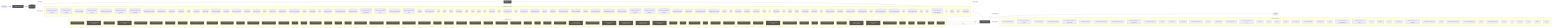
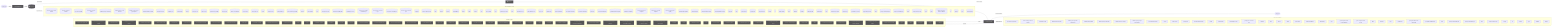
flowchart LR
  UserQ(["👤 User Query"])
  Embed["📐 Embedding Model"]
  VecDB[("📚 Vector Store")]
  Retriever["🔍 Retriever"]
  LLMNode["🧠 LLM / Generator"]
  Output(["✅ Response"])
  UserQ -->|query| Embed
  Embed -->|vector| VecDB
  VecDB -->|top-k chunks| Retriever
  Retriever -->|context + query| LLMNode
  LLMNode -->|generated answer| Output
  subgraph DetectedMemory["Detected memory stores"]
    det_detectedmemory_check_steering_feedback_contract_80134459[("check-steering-feedback-contract")]
    det_detectedmemory_normalize_workflow_contracts_8701f1c8[("normalize-workflow-contracts")]
    det_detectedmemory_sync_codex_preflight_7e7a8dc2[("sync-codex-preflight")]
    det_detectedmemory_test_harness_upgrade_matrix_84113c4e[("test-harness-upgrade-matrix")]
    det_detectedmemory_validate_prompt_context_drift_8c949ef6[("validate-prompt-context-drift")]
    det_detectedmemory_validate_runtime_packet_schemas_bc3ba8ec[("validate-runtime-packet-schemas")]
    det_detectedmemory_validate_system_prompt_gap_adoption_62d8c955[("validate-system-prompt-gap-adoption")]
    det_detectedmemory_validate_workflow_contracts_33dc063c[("validate-workflow-contracts")]
    det_detectedmemory_branch_protect_core_a8feb0fd[("branch-protect-core")]
    det_detectedmemory_ci_migrate_core_7005b5af[("ci-migrate-core")]
    det_detectedmemory_context_health_80bb7da9[("context-health")]
    det_detectedmemory_context_ea7792a2[("context")]
    det_detectedmemory_docs_gate_core_eb9b6c18[("docs-gate-core")]
    det_detectedmemory_index_context_de3ed39d[("index-context")]
    det_detectedmemory_local_memory_preflight_dcc36c42[("local-memory-preflight")]
    det_detectedmemory_memory_gate_a577a506[("memory-gate")]
    det_detectedmemory_pattern_scope_siblings_43abe000[("pattern-scope-siblings")]
    det_detectedmemory_review_context_ca6cf81d[("review-context")]
    det_detectedmemory_review_gate_core_4c8001f9[("review-gate-core")]
    det_detectedmemory_search_24193290[("search")]
    det_detectedmemory_session_context_e5ec72c0[("session-context")]
    det_detectedmemory_tooling_audit_core_328d6a41[("tooling-audit-core")]
    det_detectedmemory_run_local_memory_preflight_36e92808[("run-local-memory-preflight")]
    det_detectedmemory_checker_d2d2328e[("checker")]
    det_detectedmemory_context_health_1_ceb11829[("context-health")]
    det_detectedmemory_types_2_d9bc6e7a[("types")]
    det_detectedmemory_branch_protect_sync_570adb18[("branch-protect-sync")]
    det_detectedmemory_command_capability_rules_ca3f496a[("command-capability-rules")]
    det_detectedmemory_command_specs_core_1c0ffc99[("command-specs-core")]
    det_detectedmemory_local_memory_preflight_command_spec_9e23f3ce[("local-memory-preflight-command-spec")]
    det_detectedmemory_memory_gate_command_spec_dc9001a9[("memory-gate-command-spec")]
    det_detectedmemory_review_gate_command_spec_3187376a[("review-gate-command-spec")]
    det_detectedmemory_session_context_command_spec_973afbb1[("session-context-command-spec")]
    det_detectedmemory_constants_7517017f[("constants")]
    det_detectedmemory_context_compact_policy_3dcaf95d[("context-compact-policy")]
    det_detectedmemory_index_3_7e40d474[("index")]
    det_detectedmemory_indexer_70fa78e5[("indexer")]
    det_detectedmemory_init_error_5c7dd49f[("init-error")]
    det_detectedmemory_lexical_fallback_723e2b3e[("lexical-fallback")]
    det_detectedmemory_ollama_76e3c7bf[("ollama")]
    det_detectedmemory_rollout_a4fa034c[("rollout")]
    det_detectedmemory_sources_878a52fc[("sources")]
    det_detectedmemory_store_824d80d7[("store")]
    det_detectedmemory_sync_contract_c79fa191[("sync-contract")]
    det_detectedmemory_types_8_f6283648[("types")]
    det_detectedmemory_harness_run_context_ac7c77a9[("harness-run-context")]
    det_detectedmemory_index_4_013aa0e3[("index")]
    det_detectedmemory_json_schema_core_96d7e328[("json-schema-core")]
    det_detectedmemory_policy_validators_core_714a3fe7[("policy-validators-core")]
    det_detectedmemory_types_core_e405ddca[("types-core")]
    det_detectedmemory_validator_core_4358f8ba[("validator-core")]
+     det_detectedmemory_archive_candidates_dc0e40e1[("archive-candidates")]
    det_detectedmemory_docs_task_eval_contract_79347457[("docs-task-eval-contract")]
    det_detectedmemory_docs_task_eval_fixtures_44902755[("docs-task-eval-fixtures")]
    det_detectedmemory_init_modes_c05ceb07[("init-modes")]
    det_detectedmemory_project_brain_templates_7ef51530[("project-brain-templates")]
    det_detectedmemory_scaffold_diagram_templates_dd88e83c[("scaffold-diagram-templates")]
    det_detectedmemory_scaffold_doc_templates_f6152330[("scaffold-doc-templates")]
    det_detectedmemory_scaffold_environment_templates_c1ceba6a[("scaffold-environment-templates")]
    det_detectedmemory_scaffold_root_command_templates_404fed7f[("scaffold-root-command-templates")]
    det_detectedmemory_scaffold_script_template_registry_69312d4e[("scaffold-script-template-registry")]
    det_detectedmemory_scaffold_shell_templates_0ad0f915[("scaffold-shell-templates")]
    det_detectedmemory_scaffold_surfaces_12d6494e[("scaffold-surfaces")]
    det_detectedmemory_scaffold_template_registry_b1cce2aa[("scaffold-template-registry")]
    det_detectedmemory_scaffold_workflow_template_92310587[("scaffold-workflow-template")]
    det_detectedmemory_eval_seed_5699fd3e[("eval-seed")]
    det_detectedmemory_index_10_f6785a46[("index")]
    det_detectedmemory_review_context_1_e3afed15[("review-context")]
    det_detectedmemory_memory_gate_1_265164ac[("memory-gate")]
    det_detectedmemory_branch_enforcer_acb749cd[("branch-enforcer")]
    det_detectedmemory_cli_args_5_09ea29f0[("cli-args")]
    det_detectedmemory_cli_6_eac72be2[("cli")]
    det_detectedmemory_metrics_tracker_98cec29c[("metrics-tracker")]
    det_detectedmemory_types_19_eb4ad5f0[("types")]
    det_detectedmemory_validator_5_b19ac2be[("validator")]
    det_detectedmemory_classifier_fe1991a9[("classifier")]
    det_detectedmemory_tooling_baseline_50ab2eeb[("tooling-baseline")]
    det_detectedmemory_claim_helpers_20dc8387[("claim-helpers")]
    det_detectedmemory_types_24_c63dc1a7[("types")]
    det_detectedmemory_local_memory_smoke_1175abfc[("local-memory-smoke")]
    det_detectedmemory_local_memory_0db17ecc[("local-memory")]
    det_detectedmemory_performance_overload_c685bfcf[("performance-overload")]
    det_detectedmemory_suggestion_generator_0956f794[("suggestion-generator")]
    det_detectedmemory_index_12_762ec91b[("index")]
    det_detectedmemory_prompt_context_drift_report_3257a95c[("prompt-context-drift-report")]
    det_detectedmemory_prompt_context_drift_types_ba6863d4[("prompt-context-drift-types")]
    det_detectedmemory_index_13_97df39c8[("index")]
    det_detectedmemory_prompt_context_receipt_17b862b2[("prompt-context-receipt")]
    det_detectedmemory_types_31_eb363e20[("types")]
    det_detectedmemory_policy_1_fc4198db[("policy")]
    det_detectedmemory_runtime_card_codex_runtime_validation_d8ce9934[("runtime-card-codex-runtime-validation")]
    det_detectedmemory_cli_11_338a8415[("cli")]
    det_detectedmemory_collector_0736fd5b[("collector")]
    det_detectedmemory_types_34_85e6a0bb[("types")]
    det_detectedmemory_overload_guard_2748c559[("overload-guard")]
  end
  VecDB -. "implemented by" .-> DetectedMemory
  subgraph DetectedLLM["Detected LLM clients"]
    det_detectedllm_check_codex_agent_roles_5bb2e89b["check-codex-agent-roles"]
    det_detectedllm_check_steering_feedback_contract_80134459["check-steering-feedback-contract"]
    det_detectedllm_run_harness_evals_77704768["run-harness-evals"]
    det_detectedllm_validate_decision_request_2e5c325e["validate-decision-request"]
    det_detectedllm_validate_goal_completion_audit_receipt_100d252c["validate-goal-completion-audit-receipt"]
    det_detectedllm_validate_packaged_skill_5e32c890["validate-packaged-skill"]
    det_detectedllm_validate_prompt_context_drift_8c949ef6["validate-prompt-context-drift"]
    det_detectedllm_validate_reviewer_coverage_251efee3["validate-reviewer-coverage"]
    det_detectedllm_validate_system_prompt_gap_adoption_62d8c955["validate-system-prompt-gap-adoption"]
    det_detectedllm_check_environment_core_2c16213f["check-environment-core"]
    det_detectedllm_context_ea7792a2["context"]
    det_detectedllm_index_context_de3ed39d["index-context"]
    det_detectedllm_prompt_gate_c5e9d207["prompt-gate"]
    det_detectedllm_remediate_runner_helpers_929fedcc["remediate-runner-helpers"]
    det_detectedllm_search_24193290["search"]
    det_detectedllm_context_health_1_ceb11829["context-health"]
    det_detectedllm_command_specs_core_1c0ffc99["command-specs-core"]
    det_detectedllm_prompt_gate_command_spec_9a941482["prompt-gate-command-spec"]
    det_detectedllm_constants_7517017f["constants"]
    det_detectedllm_index_3_7e40d474["index"]
    det_detectedllm_indexer_70fa78e5["indexer"]
    det_detectedllm_ollama_76e3c7bf["ollama"]
    det_detectedllm_sync_contract_c79fa191["sync-contract"]
    det_detectedllm_north_star_validators_cfc926ce["north-star-validators"]
    det_detectedllm_hilt_boundary_9b36fb15["hilt-boundary"]
    det_detectedllm_types_10_75e5a4a0["types"]
    det_detectedllm_goal_completion_audit_receipt_validation_9d0f4891["goal-completion-audit-receipt-validation"]
    det_detectedllm_goal_completion_audit_receipt_5e4939c3["goal-completion-audit-receipt"]
    det_detectedllm_index_5_522f772a["index"]
    det_detectedllm_constants_1_a84e15f0["constants"]
    det_detectedllm_types_17_ed30531c["types"]
    det_detectedllm_sensitive_text_7c11f760["sensitive-text"]
    det_detectedllm_pr_template_linked_issue_relationship_a7b61f2c["pr-template-linked-issue-relationship"]
    det_detectedllm_pr_template_validator_rules_20a32d6b["pr-template-validator-rules"]
    det_detectedllm_index_12_762ec91b["index"]
    det_detectedllm_prompt_context_drift_report_3257a95c["prompt-context-drift-report"]
    det_detectedllm_prompt_context_drift_types_ba6863d4["prompt-context-drift-types"]
    det_detectedllm_index_13_97df39c8["index"]
    det_detectedllm_prompt_context_receipt_17b862b2["prompt-context-receipt"]
    det_detectedllm_cli_args_9_9c136878["cli-args"]
    det_detectedllm_cli_10_35dc8cbd["cli"]
    det_detectedllm_sections_4697ef32["sections"]
    det_detectedllm_types_27_4d134744["types"]
    det_detectedllm_validator_7_f836eb0e["validator"]
    det_detectedllm_cli_args_10_861cdd3f["cli-args"]
  end
  LLMNode -. "implemented by" .-> DetectedLLM
  subgraph DetectedTools["Agentic tool calls"]
    det_detectedtools_check_codex_agent_roles_5bb2e89b["🔧 check-codex-agent-roles"]
    det_detectedtools_check_steering_feedback_contract_80134459["🔧 check-steering-feedback-contract"]
    det_detectedtools_run_harness_evals_77704768["🔧 run-harness-evals"]
    det_detectedtools_validate_action_review_receipt_fa2f06c3["🔧 validate-action-review-receipt"]
    det_detectedtools_validate_packaged_skill_5e32c890["🔧 validate-packaged-skill"]
    det_detectedtools_validate_replay_packet_f309747e["🔧 validate-replay-packet"]
    det_detectedtools_ci_migrate_core_7005b5af["🔧 ci-migrate-core"]
    det_detectedtools_doctor_checks_5a2eb2b9["🔧 doctor-checks"]
    det_detectedtools_doctor_github_tool_checks_a53b0382["🔧 doctor-github-tool-checks"]
    det_detectedtools_doctor_tool_checks_4acac51a["🔧 doctor-tool-checks"]
    det_detectedtools_next_blocked_decisions_4140ad2b["🔧 next-blocked-decisions"]
    det_detectedtools_policy_gate_213f7313["🔧 policy-gate"]
    det_detectedtools_remediate_cli_output_cc165396["🔧 remediate-cli-output"]
    det_detectedtools_remediate_runner_helpers_929fedcc["🔧 remediate-runner-helpers"]
    det_detectedtools_review_gate_core_4c8001f9["🔧 review-gate-core"]
    det_detectedtools_index_1bc04b52["🔧 index"]
    det_detectedtools_types_1_4ecdf56e["🔧 types"]
    det_detectedtools_validation_constants_e002a0f6["🔧 validation-constants"]
    det_detectedtools_validation_98c41dcd["🔧 validation"]
    det_detectedtools_checker_d2d2328e["🔧 checker"]
    det_detectedtools_cli_args_1_6144b055["🔧 cli-args"]
    det_detectedtools_command_capabilities_a4d5c71e["🔧 command-capabilities"]
    det_detectedtools_command_capability_rules_ca3f496a["🔧 command-capability-rules"]
    det_detectedtools_linear_command_actions_e430f4f4["🔧 linear-command-actions"]
    det_detectedtools_linear_command_runner_4a740dfc["🔧 linear-command-runner"]
    det_detectedtools_policy_validators_core_714a3fe7["🔧 policy-validators-core"]
    det_detectedtools_types_core_e405ddca["🔧 types-core"]
    det_detectedtools_validator_core_4358f8ba["🔧 validator-core"]
    det_detectedtools_validator_helpers_7b927667["🔧 validator-helpers"]
    det_detectedtools_he_phase_exit_core_1148895b["🔧 he-phase-exit-core"]
    det_detectedtools_ralph_runtime_73d63c0e["🔧 ralph-runtime"]
    det_detectedtools_observed_skill_usage_ed7d5930["🔧 observed-skill-usage"]
    det_detectedtools_closure_evidence_aaa31467["🔧 closure-evidence"]
    det_detectedtools_pr_creator_dc6b1ea4["🔧 pr-creator"]
    det_detectedtools_client_948fe603["🔧 client"]
    det_detectedtools_init_output_360dce91["🔧 init-output"]
    det_detectedtools_scaffold_ci_templates_2afd6392["🔧 scaffold-ci-templates"]
    det_detectedtools_scaffold_codex_environment_templates_334fbbed["🔧 scaffold-codex-environment-templates"]
    det_detectedtools_scaffold_config_templates_4b80ce53["🔧 scaffold-config-templates"]
    det_detectedtools_scaffold_environment_templates_c1ceba6a["🔧 scaffold-environment-templates"]
    det_detectedtools_scaffold_github_actions_pr_pipeline_renderer_1ee18de5["🔧 scaffold-github-actions-pr-pipeline-renderer"]
    det_detectedtools_scaffold_github_actions_pr_pipeline_template_e2b85f62["🔧 scaffold-github-actions-pr-pipeline-template"]
    det_detectedtools_scaffold_release_private_npm_template_075499f8["🔧 scaffold-release-private-npm-template"]
    det_detectedtools_constants_1_a84e15f0["🔧 constants"]
    det_detectedtools_index_9_32dd4d91["🔧 index"]
    det_detectedtools_validation_common_6161e48b["🔧 validation-common"]
    det_detectedtools_cli_6_eac72be2["🔧 cli"]
    det_detectedtools_metrics_tracker_98cec29c["🔧 metrics-tracker"]
    det_detectedtools_normalise_renderer_85f2e563["🔧 normalise-renderer"]
    det_detectedtools_evaluation_engine_core_e054fe49["🔧 evaluation-engine-core"]
    det_detectedtools_tooling_baseline_50ab2eeb["🔧 tooling-baseline"]
    det_detectedtools_prompt_context_drift_report_3257a95c["🔧 prompt-context-drift-report"]
    det_detectedtools_prompt_context_drift_types_ba6863d4["🔧 prompt-context-drift-types"]
    det_detectedtools_replay_packet_a1293f88["🔧 replay-packet"]
    det_detectedtools_index_14_d982116c["🔧 index"]
    det_detectedtools_review_lifecycle_contract_e5447221["🔧 review-lifecycle-contract"]
    det_detectedtools_review_lifecycle_89afa64c["🔧 review-lifecycle"]
    det_detectedtools_runtime_card_codex_runtime_validation_d8ce9934["🔧 runtime-card-codex-runtime-validation"]
    det_detectedtools_runtime_card_codex_runtime_0655e230["🔧 runtime-card-codex-runtime"]
    det_detectedtools_runtime_evidence_bundle_d471a232["🔧 runtime-evidence-bundle"]
    det_detectedtools_types_36_674380ec["🔧 types"]
    det_detectedtools_index_17_642943a2["🔧 index"]
    det_detectedtools_projection_1b250ea1["🔧 projection"]
    det_detectedtools_types_38_e8efcd57["🔧 types"]
    det_detectedtools_validation_7_c4e6d8b6["🔧 validation"]
  end
  LLMNode -->|tool use| DetectedTools
  DetectedTools -->|result| LLMNode
  classDef memNode fill:#555,color:#fff
  class VecDB,Retriever memNode
  classDef llmNode fill:#555,color:#fff
  class LLMNode,Embed llmNode
  classDef toolNode fill:#555,color:#fff
  class det_detectedtools_check_codex_agent_roles_5bb2e89b,det_detectedtools_check_steering_feedback_contract_80134459,det_detectedtools_run_harness_evals_77704768,det_detectedtools_validate_action_review_receipt_fa2f06c3,det_detectedtools_validate_packaged_skill_5e32c890,det_detectedtools_validate_replay_packet_f309747e,det_detectedtools_ci_migrate_core_7005b5af,det_detectedtools_doctor_checks_5a2eb2b9,det_detectedtools_doctor_github_tool_checks_a53b0382,det_detectedtools_doctor_tool_checks_4acac51a,det_detectedtools_next_blocked_decisions_4140ad2b,det_detectedtools_policy_gate_213f7313,det_detectedtools_remediate_cli_output_cc165396,det_detectedtools_remediate_runner_helpers_929fedcc,det_detectedtools_review_gate_core_4c8001f9,det_detectedtools_index_1bc04b52,det_detectedtools_types_1_4ecdf56e,det_detectedtools_validation_constants_e002a0f6,det_detectedtools_validation_98c41dcd,det_detectedtools_checker_d2d2328e,det_detectedtools_cli_args_1_6144b055,det_detectedtools_command_capabilities_a4d5c71e,det_detectedtools_command_capability_rules_ca3f496a,det_detectedtools_linear_command_actions_e430f4f4,det_detectedtools_linear_command_runner_4a740dfc,det_detectedtools_policy_validators_core_714a3fe7,det_detectedtools_types_core_e405ddca,det_detectedtools_validator_core_4358f8ba,det_detectedtools_validator_helpers_7b927667,det_detectedtools_he_phase_exit_core_1148895b,det_detectedtools_ralph_runtime_73d63c0e,det_detectedtools_observed_skill_usage_ed7d5930,det_detectedtools_closure_evidence_aaa31467,det_detectedtools_pr_creator_dc6b1ea4,det_detectedtools_client_948fe603,det_detectedtools_init_output_360dce91,det_detectedtools_scaffold_ci_templates_2afd6392,det_detectedtools_scaffold_codex_environment_templates_334fbbed,det_detectedtools_scaffold_config_templates_4b80ce53,det_detectedtools_scaffold_environment_templates_c1ceba6a,det_detectedtools_scaffold_github_actions_pr_pipeline_renderer_1ee18de5,det_detectedtools_scaffold_github_actions_pr_pipeline_template_e2b85f62,det_detectedtools_scaffold_release_private_npm_template_075499f8,det_detectedtools_constants_1_a84e15f0,det_detectedtools_index_9_32dd4d91,det_detectedtools_validation_common_6161e48b,det_detectedtools_cli_6_eac72be2,det_detectedtools_metrics_tracker_98cec29c,det_detectedtools_normalise_renderer_85f2e563,det_detectedtools_evaluation_engine_core_e054fe49,det_detectedtools_tooling_baseline_50ab2eeb,det_detectedtools_prompt_context_drift_report_3257a95c,det_detectedtools_prompt_context_drift_types_ba6863d4,det_detectedtools_replay_packet_a1293f88,det_detectedtools_index_14_d982116c,det_detectedtools_review_lifecycle_contract_e5447221,det_detectedtools_review_lifecycle_89afa64c,det_detectedtools_runtime_card_codex_runtime_validation_d8ce9934,det_detectedtools_runtime_card_codex_runtime_0655e230,det_detectedtools_runtime_evidence_bundle_d471a232,det_detectedtools_types_36_674380ec,det_detectedtools_index_17_642943a2,det_detectedtools_projection_1b250ea1,det_detectedtools_types_38_e8efcd57,det_detectedtools_validation_7_c4e6d8b6 toolNode
